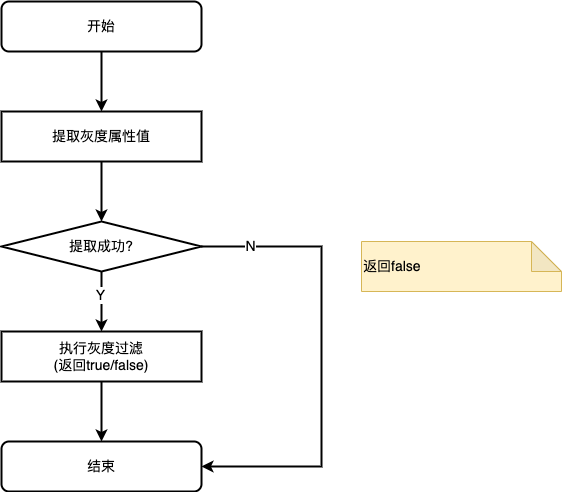
nicholasmaven/grayscale keeps this draw.io diagram as 流程图-灰度断言.drawio.png. Above is the earlier version. Source tidied: cells renumbered, new cells last; positions are measured from the earlier drawing's top-left corner, leaving out a move shared by most shapes. The source it was exported from:
```xml
<mxGraphModel>
  <root>
    <mxCell id="0" />
    <mxCell id="1" parent="0" />
    <mxCell id="2" style="edgeStyle=none;html=1;strokeWidth=2;fontSize=14;" parent="1" edge="1">
      <mxGeometry relative="1" as="geometry">
        <mxPoint x="100" y="380" as="sourcePoint" />
        <mxPoint x="100" y="440" as="targetPoint" />
      </mxGeometry>
    </mxCell>
    <mxCell id="3" style="edgeStyle=none;html=1;strokeWidth=2;fontSize=14;startArrow=none;entryX=0.5;entryY=0;entryDx=0;entryDy=0;" parent="1" edge="1">
      <mxGeometry relative="1" as="geometry">
        <mxPoint x="30" y="490" as="sourcePoint" />
      </mxGeometry>
    </mxCell>
    <mxCell id="4" style="edgeStyle=none;html=1;strokeWidth=2;fontSize=14;" parent="1" edge="1" source="5">
      <mxGeometry relative="1" as="geometry">
        <mxPoint x="100" y="110" as="targetPoint" />
      </mxGeometry>
    </mxCell>
    <mxCell id="5" value="开始" style="rounded=1;whiteSpace=wrap;html=1;fontFamily=Helvetica;fontSize=14;fontColor=default;align=center;strokeColor=default;strokeWidth=2;fillColor=default;" parent="1" vertex="1">
      <mxGeometry width="200" height="50" as="geometry" />
    </mxCell>
    <mxCell id="6" value="结束" style="rounded=1;whiteSpace=wrap;html=1;fontFamily=Helvetica;fontSize=14;fontColor=default;align=center;strokeColor=default;strokeWidth=2;fillColor=default;" parent="1" vertex="1">
      <mxGeometry y="440" width="200" height="50" as="geometry" />
    </mxCell>
    <mxCell id="7" style="edgeStyle=none;html=1;strokeWidth=2;" parent="1" edge="1">
      <mxGeometry relative="1" as="geometry">
        <mxPoint x="30" y="380" as="sourcePoint" />
      </mxGeometry>
    </mxCell>
    <mxCell id="8" value="Y" style="edgeLabel;html=1;align=center;verticalAlign=middle;fontSize=14;" parent="7" vertex="1">
      <mxGeometry x="-0.21" y="-1" relative="1" as="geometry" />
    </mxCell>
    <mxCell id="9" style="edgeStyle=none;html=1;strokeWidth=2;fontSize=14;" parent="1" edge="1" source="10" target="16">
      <mxGeometry relative="1" as="geometry" />
    </mxCell>
    <mxCell id="10" value="提取灰度属性值" style="rounded=0;whiteSpace=wrap;html=1;strokeWidth=2;fontSize=14;" parent="1" vertex="1">
      <mxGeometry y="110" width="200" height="50" as="geometry" />
    </mxCell>
    <mxCell id="11" value="执行灰度过滤&lt;br&gt;(返回true/false)" style="rounded=0;whiteSpace=wrap;html=1;strokeWidth=2;fontSize=14;" parent="1" vertex="1">
      <mxGeometry y="330" width="200" height="50" as="geometry" />
    </mxCell>
    <mxCell id="12" style="edgeStyle=none;html=1;strokeWidth=2;fontSize=14;" parent="1" edge="1" source="16" target="11">
      <mxGeometry relative="1" as="geometry" />
    </mxCell>
    <mxCell id="13" value="Y" style="edgeLabel;html=1;align=center;verticalAlign=middle;fontSize=14;" parent="12" vertex="1">
      <mxGeometry x="-0.23" y="1" relative="1" as="geometry">
        <mxPoint x="-3" as="offset" />
      </mxGeometry>
    </mxCell>
    <mxCell id="14" style="edgeStyle=orthogonalEdgeStyle;html=1;entryX=1;entryY=0.5;entryDx=0;entryDy=0;strokeWidth=2;fontSize=14;exitX=1;exitY=0.5;exitDx=0;exitDy=0;rounded=0;" parent="1" edge="1" source="16" target="6">
      <mxGeometry relative="1" as="geometry">
        <Array as="points">
          <mxPoint x="320" y="245" />
          <mxPoint x="320" y="465" />
        </Array>
      </mxGeometry>
    </mxCell>
    <mxCell id="15" value="N" style="edgeLabel;html=1;align=center;verticalAlign=middle;fontSize=14;" parent="14" vertex="1">
      <mxGeometry x="-0.79" y="1" relative="1" as="geometry" />
    </mxCell>
    <mxCell id="16" value="提取成功?" style="rhombus;whiteSpace=wrap;html=1;fontFamily=Helvetica;fontSize=14;fontColor=default;align=center;strokeColor=default;strokeWidth=2;fillColor=default;" parent="1" vertex="1">
      <mxGeometry y="220" width="200" height="50" as="geometry" />
    </mxCell>
    <mxCell id="17" value="返回false" style="shape=note;whiteSpace=wrap;html=1;backgroundOutline=1;darkOpacity=0.05;fontSize=14;fillColor=#fff2cc;strokeColor=#d6b656;align=left;" parent="1" vertex="1">
      <mxGeometry x="360" y="240" width="200" height="50" as="geometry" />
    </mxCell>
  </root>
</mxGraphModel>
```
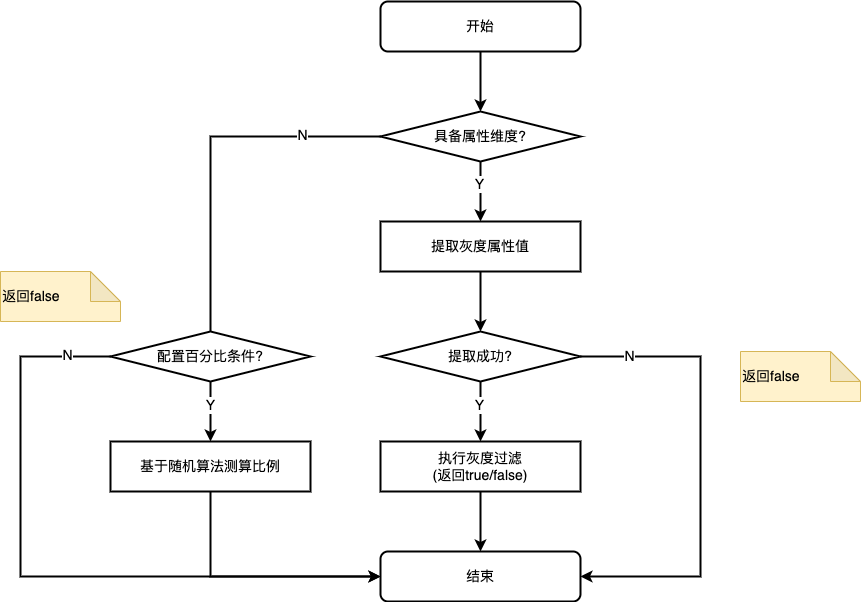
After the commit.

The edit, as a diff of the source:
```diff
@@ -10,23 +10,23 @@
     </mxCell>
     <mxCell id="3" style="edgeStyle=none;html=1;strokeWidth=2;fontSize=14;startArrow=none;entryX=0.5;entryY=0;entryDx=0;entryDy=0;" parent="1" edge="1">
       <mxGeometry relative="1" as="geometry">
-        <mxPoint x="30" y="490" as="sourcePoint" />
+        <mxPoint x="-70" y="380" as="sourcePoint" />
       </mxGeometry>
     </mxCell>
     <mxCell id="4" style="edgeStyle=none;html=1;strokeWidth=2;fontSize=14;" parent="1" edge="1" source="5">
       <mxGeometry relative="1" as="geometry">
-        <mxPoint x="100" y="110" as="targetPoint" />
+        <mxPoint x="100" as="targetPoint" />
       </mxGeometry>
     </mxCell>
     <mxCell id="5" value="开始" style="rounded=1;whiteSpace=wrap;html=1;fontFamily=Helvetica;fontSize=14;fontColor=default;align=center;strokeColor=default;strokeWidth=2;fillColor=default;" parent="1" vertex="1">
-      <mxGeometry width="200" height="50" as="geometry" />
+      <mxGeometry y="-110" width="200" height="50" as="geometry" />
     </mxCell>
     <mxCell id="6" value="结束" style="rounded=1;whiteSpace=wrap;html=1;fontFamily=Helvetica;fontSize=14;fontColor=default;align=center;strokeColor=default;strokeWidth=2;fillColor=default;" parent="1" vertex="1">
       <mxGeometry y="440" width="200" height="50" as="geometry" />
     </mxCell>
     <mxCell id="7" style="edgeStyle=none;html=1;strokeWidth=2;" parent="1" edge="1">
       <mxGeometry relative="1" as="geometry">
-        <mxPoint x="30" y="380" as="sourcePoint" />
+        <mxPoint x="-70" y="270" as="sourcePoint" />
       </mxGeometry>
     </mxCell>
     <mxCell id="8" value="Y" style="edgeLabel;html=1;align=center;verticalAlign=middle;fontSize=14;" parent="7" vertex="1">
@@ -64,7 +64,50 @@
       <mxGeometry y="220" width="200" height="50" as="geometry" />
     </mxCell>
     <mxCell id="17" value="返回false" style="shape=note;whiteSpace=wrap;html=1;backgroundOutline=1;darkOpacity=0.05;fontSize=14;fillColor=#fff2cc;strokeColor=#d6b656;align=left;" parent="1" vertex="1">
-      <mxGeometry x="360" y="240" width="200" height="50" as="geometry" />
+      <mxGeometry x="360" y="240" width="120" height="50" as="geometry" />
     </mxCell>
+    <mxCell id="18" style="edgeStyle=none;html=1;strokeWidth=2;" parent="1" edge="1" source="23" target="10">
+      <mxGeometry relative="1" as="geometry" />
+    </mxCell>
+    <mxCell id="19" value="Y" style="edgeLabel;html=1;align=center;verticalAlign=middle;fontSize=14;" parent="18" vertex="1">
+      <mxGeometry x="-0.27" y="-2" relative="1" as="geometry" />
+    </mxCell>
+    <mxCell id="20" style="edgeStyle=orthogonalEdgeStyle;html=1;strokeWidth=2;fontSize=14;exitX=0;exitY=0.5;exitDx=0;exitDy=0;entryX=0.5;entryY=0;entryDx=0;entryDy=0;rounded=0;" parent="1" edge="1" source="23" target="25">
+      <mxGeometry relative="1" as="geometry" />
+    </mxCell>
+    <mxCell id="21" value="N" style="edgeLabel;html=1;align=center;verticalAlign=middle;fontSize=14;" parent="20" vertex="1">
+      <mxGeometry x="-0.67" y="-2" relative="1" as="geometry" />
+    </mxCell>
+    <mxCell id="22" value="Y" style="edgeLabel;html=1;align=center;verticalAlign=middle;fontSize=14;" parent="20" vertex="1">
+      <mxGeometry x="0.84" relative="1" as="geometry">
+        <mxPoint x="-1" y="1" as="offset" />
+      </mxGeometry>
+    </mxCell>
+    <mxCell id="23" value="具备属性维度?" style="rhombus;whiteSpace=wrap;html=1;fontFamily=Helvetica;fontSize=14;fontColor=default;align=center;strokeColor=default;strokeWidth=2;fillColor=default;" parent="1" vertex="1">
+      <mxGeometry width="200" height="50" as="geometry" />
+    </mxCell>
+    <mxCell id="24" style="edgeStyle=orthogonalEdgeStyle;rounded=0;html=1;entryX=0;entryY=0.5;entryDx=0;entryDy=0;strokeWidth=2;fontSize=14;exitX=0.5;exitY=1;exitDx=0;exitDy=0;" parent="1" edge="1" source="25" target="6">
+      <mxGeometry relative="1" as="geometry" />
+    </mxCell>
+    <mxCell id="25" value="基于随机算法测算比例" style="rounded=0;whiteSpace=wrap;html=1;strokeWidth=2;fontSize=14;" parent="1" vertex="1">
+      <mxGeometry x="-270" y="330" width="200" height="50" as="geometry" />
+    </mxCell>
+    <mxCell id="26" style="edgeStyle=orthogonalEdgeStyle;rounded=0;html=1;entryX=0;entryY=0.5;entryDx=0;entryDy=0;strokeWidth=2;fontSize=14;exitX=0;exitY=0.5;exitDx=0;exitDy=0;" parent="1" edge="1" source="28" target="6">
+      <mxGeometry relative="1" as="geometry">
+        <Array as="points">
+          <mxPoint x="-360" y="245" />
+          <mxPoint x="-360" y="465" />
+        </Array>
+      </mxGeometry>
+    </mxCell>
+    <mxCell id="27" value="N" style="edgeLabel;html=1;align=center;verticalAlign=middle;fontSize=14;" parent="26" vertex="1">
+      <mxGeometry x="-0.87" y="-2" relative="1" as="geometry" />
+    </mxCell>
+    <mxCell id="28" value="配置百分比条件?" style="rhombus;whiteSpace=wrap;html=1;fontFamily=Helvetica;fontSize=14;fontColor=default;align=center;strokeColor=default;strokeWidth=2;fillColor=default;" parent="1" vertex="1">
+      <mxGeometry x="-270" y="220" width="200" height="50" as="geometry" />
+    </mxCell>
+    <mxCell id="29" value="返回false" style="shape=note;whiteSpace=wrap;html=1;backgroundOutline=1;darkOpacity=0.05;fontSize=14;fillColor=#fff2cc;strokeColor=#d6b656;align=left;" parent="1" vertex="1">
+      <mxGeometry x="-380" y="160" width="120" height="50" as="geometry" />
+    </mxCell>
   </root>
 </mxGraphModel>
```
